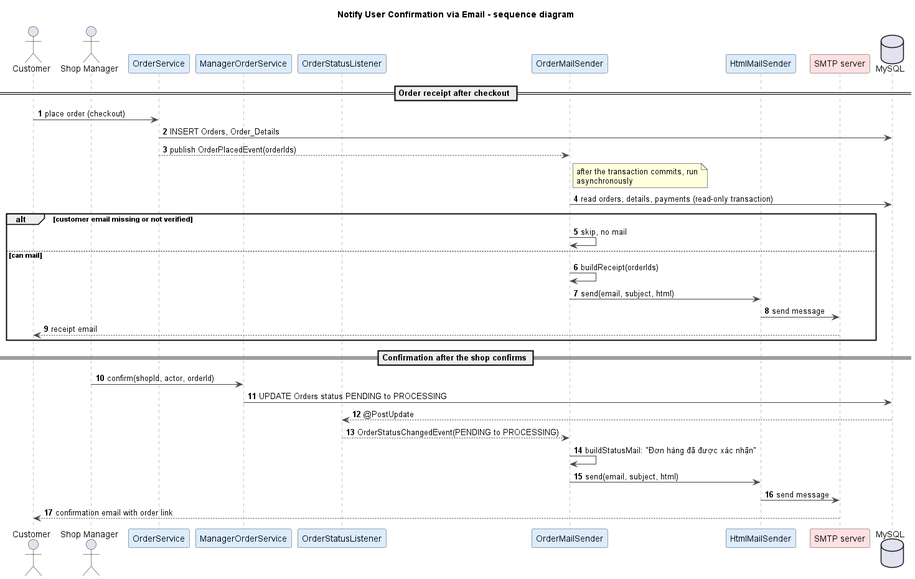
The PlantUML diagram docs/diagrams/07-notify-user-confirmation-sequence.png in duckpao/FlowerShop_SWP391, before a commit. Its diagram source:
```plantuml
@startuml
title Notify User Confirmation via Email - sequence diagram
autonumber
skinparam shadowing false
skinparam defaultFontName Arial
skinparam wrapWidth 240
skinparam ArrowColor #444444
skinparam sequenceMessageAlign left
skinparam sequence {
  LifeLineBorderColor #888888
  ParticipantBorderColor #444444
  ParticipantBackgroundColor #FFFFFF
}

actor Customer
actor "Shop Manager" as M
participant OrderService as OS #DCECFF
participant ManagerOrderService as MOS #DCECFF
participant OrderStatusListener as L #DCECFF
participant OrderMailSender as MAIL #DCECFF
participant HtmlMailSender as H #DCECFF
participant "SMTP server" as SMTP #FFE0E0
database MySQL

== Order receipt after checkout ==
Customer -> OS : place order (checkout)
OS -> MySQL : INSERT Orders, Order_Details
OS --> MAIL : publish OrderPlacedEvent(orderIds)
note right of MAIL : after the transaction commits, run asynchronously
MAIL -> MySQL : read orders, details, payments (read-only transaction)
alt customer email missing or not verified
  MAIL -> MAIL : skip, no mail
else can mail
  MAIL -> MAIL : buildReceipt(orderIds)
  MAIL -> H : send(email, subject, html)
  H -> SMTP : send message
  SMTP --> Customer : receipt email
end

== Confirmation after the shop confirms ==
M -> MOS : confirm(shopId, actor, orderId)
MOS -> MySQL : UPDATE Orders status PENDING to PROCESSING
MySQL --> L : @PostUpdate
L --> MAIL : OrderStatusChangedEvent(PENDING to PROCESSING)
MAIL -> MAIL : buildStatusMail: "Đơn hàng đã được xác nhận"
MAIL -> H : send(email, subject, html)
H -> SMTP : send message
SMTP --> Customer : confirmation email with order link

@enduml
```
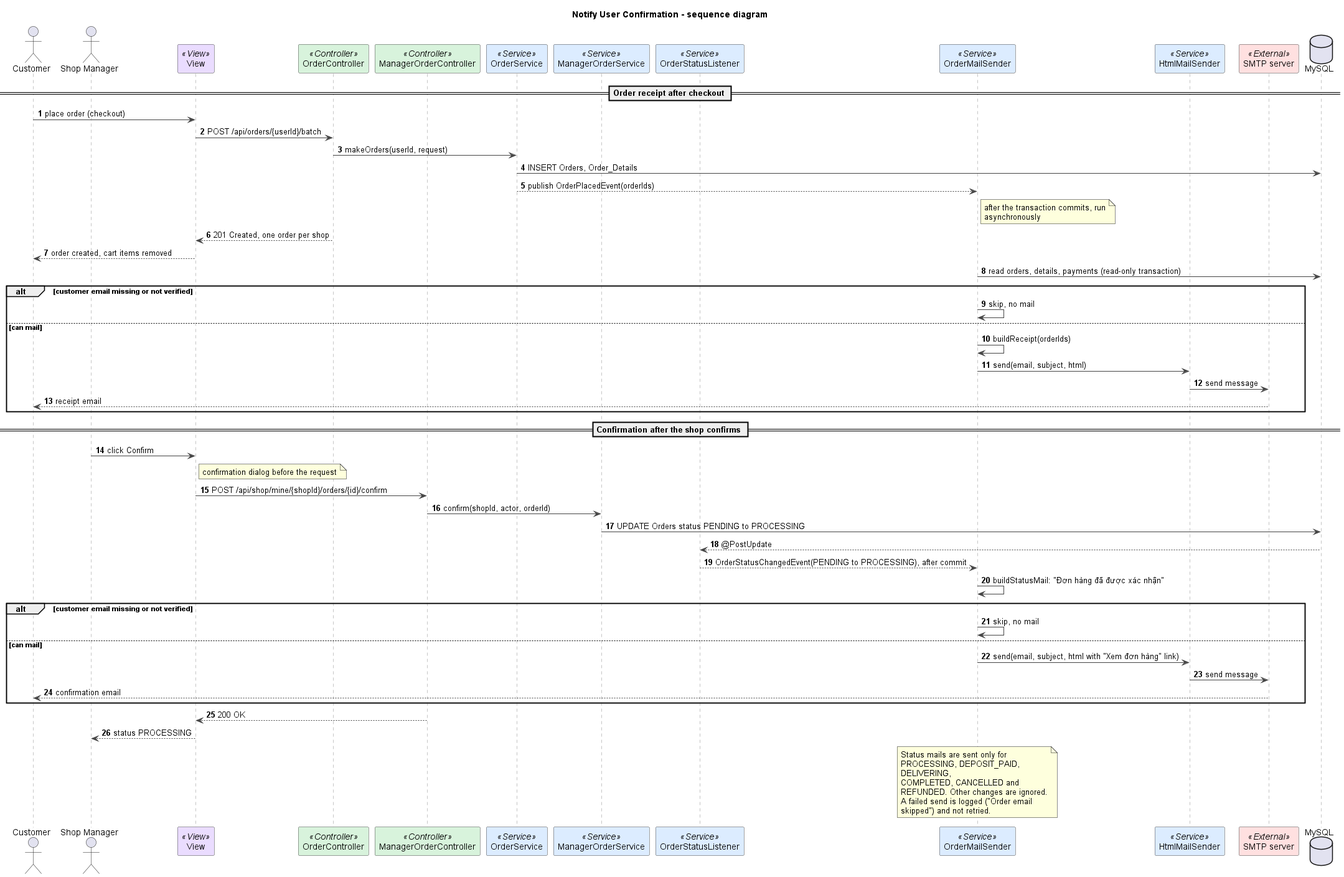
After the change.

What changed in the source:
```diff
@@ -1,5 +1,5 @@
 @startuml
-title Notify User Confirmation via Email - sequence diagram
+title Notify User Confirmation - sequence diagram
 autonumber
 skinparam shadowing false
 skinparam defaultFontName Arial
@@ -14,19 +14,26 @@
 
 actor Customer
 actor "Shop Manager" as M
-participant OrderService as OS #DCECFF
-participant ManagerOrderService as MOS #DCECFF
-participant OrderStatusListener as L #DCECFF
-participant OrderMailSender as MAIL #DCECFF
-participant HtmlMailSender as H #DCECFF
-participant "SMTP server" as SMTP #FFE0E0
+participant "View" as V <<View>> #EADCFF
+participant OrderController as OC <<Controller>> #D8F3DC
+participant ManagerOrderController as MOC <<Controller>> #D8F3DC
+participant OrderService as OS <<Service>> #DCECFF
+participant ManagerOrderService as MOS <<Service>> #DCECFF
+participant OrderStatusListener as L <<Service>> #DCECFF
+participant OrderMailSender as MAIL <<Service>> #DCECFF
+participant HtmlMailSender as H <<Service>> #DCECFF
+participant "SMTP server" as SMTP <<External>> #FFE0E0
 database MySQL
 
 == Order receipt after checkout ==
-Customer -> OS : place order (checkout)
+Customer -> V : place order (checkout)
+V -> OC : POST /api/orders/{userId}/batch
+OC -> OS : makeOrders(userId, request)
 OS -> MySQL : INSERT Orders, Order_Details
 OS --> MAIL : publish OrderPlacedEvent(orderIds)
 note right of MAIL : after the transaction commits, run asynchronously
+OC --> V : 201 Created, one order per shop
+V --> Customer : order created, cart items removed
 MAIL -> MySQL : read orders, details, payments (read-only transaction)
 alt customer email missing or not verified
   MAIL -> MAIL : skip, no mail
@@ -38,13 +45,28 @@
 end
 
 == Confirmation after the shop confirms ==
-M -> MOS : confirm(shopId, actor, orderId)
+M -> V : click Confirm
+note right of V : confirmation dialog before the request
+V -> MOC : POST /api/shop/mine/{shopId}/orders/{id}/confirm
+MOC -> MOS : confirm(shopId, actor, orderId)
 MOS -> MySQL : UPDATE Orders status PENDING to PROCESSING
 MySQL --> L : @PostUpdate
-L --> MAIL : OrderStatusChangedEvent(PENDING to PROCESSING)
+L --> MAIL : OrderStatusChangedEvent(PENDING to PROCESSING), after commit
 MAIL -> MAIL : buildStatusMail: "Đơn hàng đã được xác nhận"
-MAIL -> H : send(email, subject, html)
-H -> SMTP : send message
-SMTP --> Customer : confirmation email with order link
+alt customer email missing or not verified
+  MAIL -> MAIL : skip, no mail
+else can mail
+  MAIL -> H : send(email, subject, html with "Xem đơn hàng" link)
+  H -> SMTP : send message
+  SMTP --> Customer : confirmation email
+end
+MOC --> V : 200 OK
+V --> M : status PROCESSING
+
+note over MAIL
+Status mails are sent only for PROCESSING, DEPOSIT_PAID, DELIVERING,
+COMPLETED, CANCELLED and REFUNDED. Other changes are ignored.
+A failed send is logged ("Order email skipped") and not retried.
+end note
 
 @enduml
```
